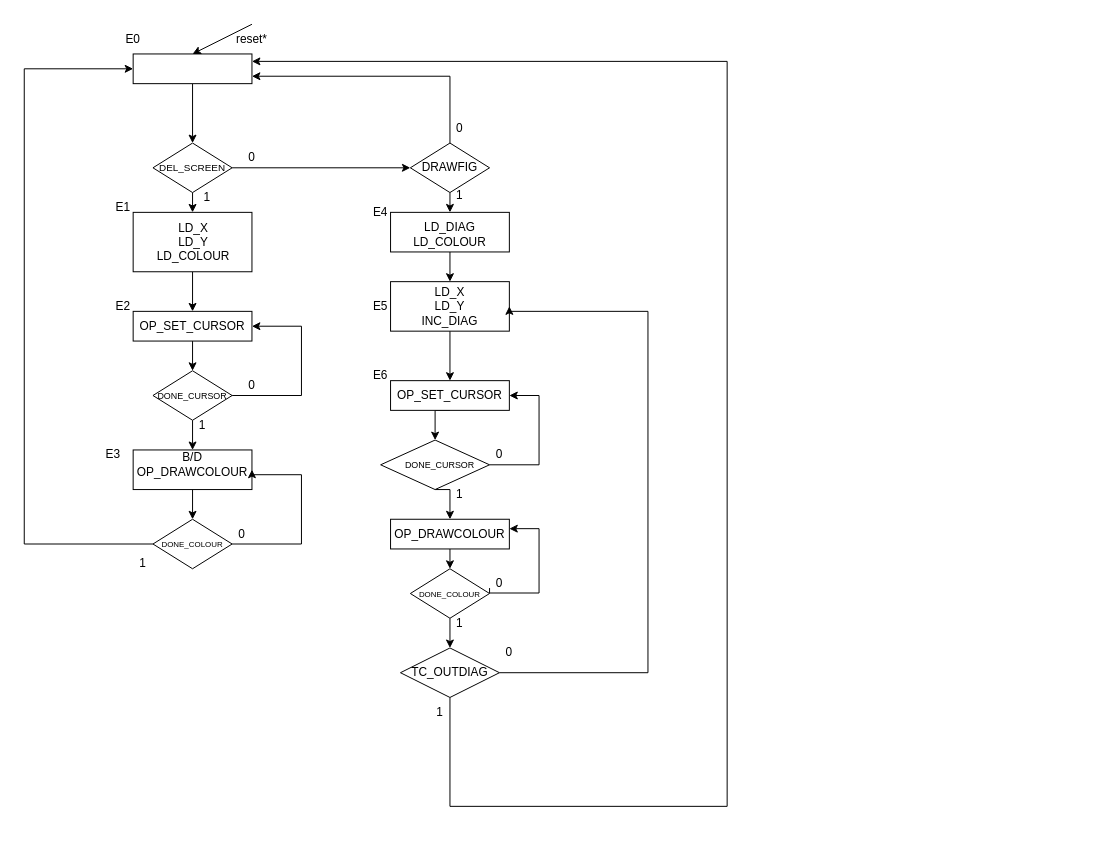
Earlier version of the draw.io diagram Proyecto/Diseños/Lcd_draw_uc.drawio (marcosChoucino/SIstemasDigitales). Source tidied: cells renumbered, new cells numbered last; positions are measured from the earlier drawing's top-left corner, leaving out a move shared by most shapes. Both pictures are drawn from the tidied source at 99%, with x=0, y=0 at pixel (24, 24).
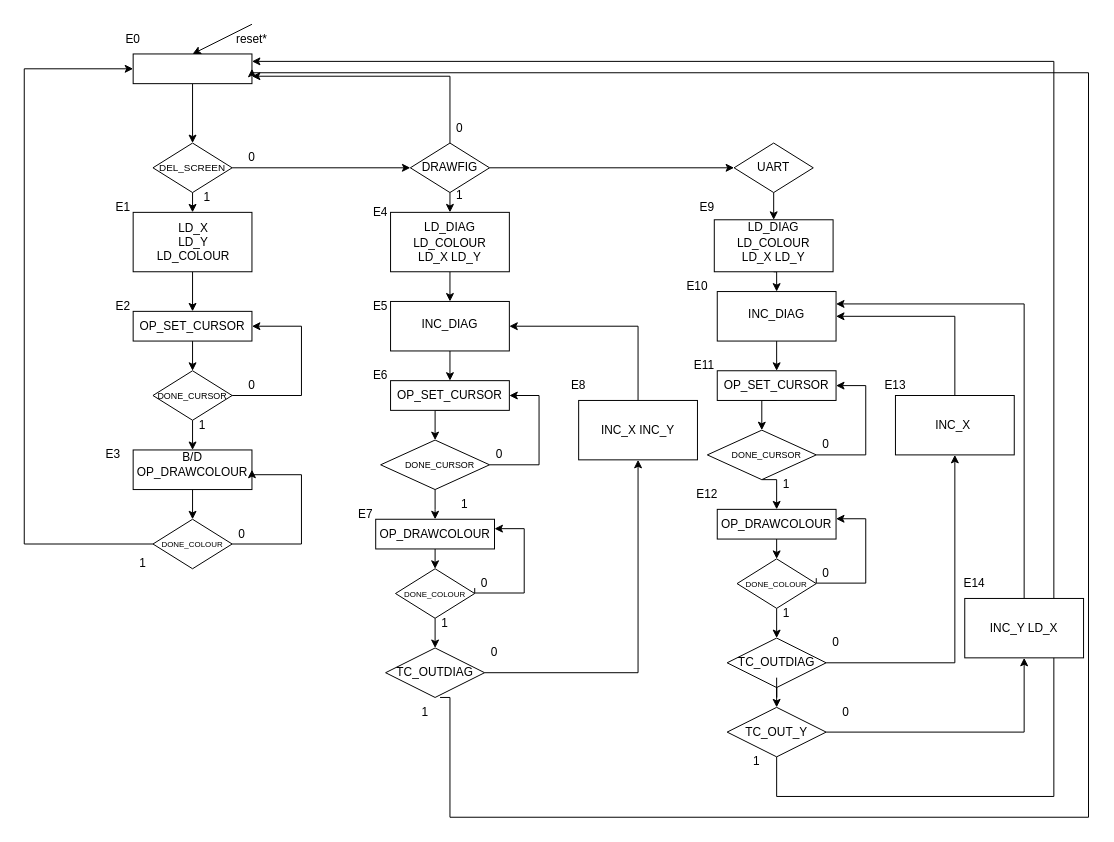
The same diagram, later.

The change refers to these unchanged cells:
```xml
<mxCell id="3" style="rounded=0;whiteSpace=wrap;html=1;" parent="1" vertex="1">
  <mxGeometry x="110" y="30" width="120" height="30" as="geometry" />
</mxCell>
<mxCell id="23" style="rhombus;whiteSpace=wrap;html=1;" parent="1" vertex="1">
  <mxGeometry x="390" y="120" width="80" height="50" as="geometry" />
</mxCell>
<mxCell id="26" style="rhombus;whiteSpace=wrap;html=1;" parent="1" vertex="1">
  <mxGeometry x="360" y="420" width="110" height="50" as="geometry" />
</mxCell>
```

What changed in the source:
```diff
@@
     <mxCell id="7" style="rounded=0;whiteSpace=wrap;html=1;" parent="1" vertex="1">
-      <mxGeometry x="370" y="190" width="120" height="40" as="geometry" />
+      <mxGeometry x="370" y="190" width="120" height="60" as="geometry" />
     </mxCell>
@@
     <mxCell id="9" style="rounded=0;whiteSpace=wrap;html=1;" parent="1" vertex="1">
-      <mxGeometry x="370" y="260" width="120" height="50" as="geometry" />
+      <mxGeometry x="370" y="280" width="120" height="50" as="geometry" />
     </mxCell>
@@
     <mxCell id="17" style="rounded=0;whiteSpace=wrap;html=1;" parent="1" vertex="1">
-      <mxGeometry x="370" y="500" width="120" height="30" as="geometry" />
+      <mxGeometry x="355" y="500" width="120" height="30" as="geometry" />
     </mxCell>
@@
+    <mxCell id="77" style="edgeStyle=orthogonalEdgeStyle;rounded=0;jettySize=auto;html=1;exitX=1;exitY=0.5;exitDx=0;exitDy=0;entryX=0;entryY=0.5;entryDx=0;entryDy=0;" parent="1" edge="1" source="23" target="80">
+      <mxGeometry relative="1" as="geometry" />
+    </mxCell>
@@
-    <mxCell id="24" style="edgeStyle=orthogonalEdgeStyle;rounded=0;jettySize=auto;html=1;exitX=0.5;exitY=1;exitDx=0;exitDy=0;entryX=0.5;entryY=0;entryDx=0;entryDy=0;" parent="1" edge="1" source="26">
+    <mxCell id="24" style="edgeStyle=orthogonalEdgeStyle;rounded=0;jettySize=auto;html=1;exitX=0.5;exitY=1;exitDx=0;exitDy=0;entryX=0.5;entryY=0;entryDx=0;entryDy=0;" parent="1" edge="1" source="26" target="76">
       <mxGeometry relative="1" as="geometry">
-        <mxPoint x="430" y="500" as="targetPoint" />
+        <Array as="points">
+          <mxPoint x="415" y="490" />
+          <mxPoint x="415" y="490" />
+        </Array>
       </mxGeometry>
     </mxCell>
@@
     <mxCell id="34" style="edgeStyle=orthogonalEdgeStyle;rounded=0;orthogonalLoop=1;jettySize=auto;html=1;exitX=1;exitY=0.5;exitDx=0;exitDy=0;entryX=1;entryY=0.5;entryDx=0;entryDy=0;" parent="1" edge="1">
       <mxGeometry relative="1" as="geometry">
-        <mxPoint x="470" y="569.5" as="sourcePoint" />
-        <mxPoint x="490" y="509.5" as="targetPoint" />
+        <mxPoint x="455" y="569.5" as="sourcePoint" />
+        <mxPoint x="475" y="509.5" as="targetPoint" />
         <Array as="points">
-          <mxPoint x="470" y="574.5" />
-          <mxPoint x="520" y="574.5" />
-          <mxPoint x="520" y="509.5" />
+          <mxPoint x="455" y="574.5" />
+          <mxPoint x="505" y="574.5" />
+          <mxPoint x="505" y="509.5" />
         </Array>
       </mxGeometry>
     </mxCell>
     <mxCell id="35" style="rhombus;whiteSpace=wrap;html=1;" parent="1" vertex="1">
-      <mxGeometry x="390" y="550" width="80" height="50" as="geometry" />
+      <mxGeometry x="375" y="550" width="80" height="50" as="geometry" />
     </mxCell>
-    <mxCell id="36" style="edgeStyle=orthogonalEdgeStyle;rounded=0;jettySize=auto;html=1;exitX=1;exitY=0.5;exitDx=0;exitDy=0;entryX=1;entryY=0.5;entryDx=0;entryDy=0;" parent="1" edge="1" source="38" target="9">
-      <mxGeometry relative="1" as="geometry">
-        <Array as="points">
-          <mxPoint x="630" y="655" />
-          <mxPoint x="630" y="290" />
-          <mxPoint x="490" y="290" />
-        </Array>
-      </mxGeometry>
-    </mxCell>
-    <mxCell id="37" style="edgeStyle=orthogonalEdgeStyle;rounded=0;jettySize=auto;html=1;exitX=0.5;exitY=1;exitDx=0;exitDy=0;entryX=1;entryY=0.25;entryDx=0;entryDy=0;" parent="1" edge="1" source="38" target="3">
+    <mxCell id="37" style="edgeStyle=orthogonalEdgeStyle;rounded=0;jettySize=auto;html=1;exitX=0.75;exitY=0;exitDx=0;exitDy=0;entryX=1;entryY=0.5;entryDx=0;entryDy=0;" parent="1" edge="1" source="65" target="3">
       <mxGeometry relative="1" as="geometry">
         <Array as="points">
-          <mxPoint x="430" y="790" />
-          <mxPoint x="710" y="790" />
-          <mxPoint x="710" y="38" />
+          <mxPoint x="430" y="680" />
+          <mxPoint x="430" y="801" />
+          <mxPoint x="1075" y="801" />
+          <mxPoint x="1075" y="49" />
+          <mxPoint x="230" y="49" />
         </Array>
       </mxGeometry>
     </mxCell>
+    <mxCell id="78" style="edgeStyle=orthogonalEdgeStyle;rounded=0;jettySize=auto;html=1;" parent="1" edge="1" source="38" target="85">
+      <mxGeometry relative="1" as="geometry" />
+    </mxCell>
     <mxCell id="38" style="rhombus;whiteSpace=wrap;html=1;" parent="1" vertex="1">
-      <mxGeometry x="380" y="630" width="100" height="50" as="geometry" />
+      <mxGeometry x="365" y="630" width="100" height="50" as="geometry" />
     </mxCell>
@@
-    <mxCell id="50" value="LD_X&lt;br style=&quot;border-color: var(--border-color);&quot;&gt;LD_Y&lt;br&gt;INC_DIAG" style="text;html=1;strokeColor=none;fillColor=none;align=center;verticalAlign=middle;whiteSpace=wrap;rounded=0;" parent="1" vertex="1">
-      <mxGeometry x="400" y="270" width="60" height="30" as="geometry" />
+    <mxCell id="50" value="&lt;br&gt;INC_DIAG" style="text;html=1;strokeColor=none;fillColor=none;align=center;verticalAlign=middle;whiteSpace=wrap;rounded=0;" parent="1" vertex="1">
+      <mxGeometry x="400" y="280" width="60" height="30" as="geometry" />
     </mxCell>
@@
-    <mxCell id="54" value="LD_COLOUR&lt;br&gt;" style="text;html=1;strokeColor=none;fillColor=none;align=center;verticalAlign=middle;whiteSpace=wrap;rounded=0;" parent="1" vertex="1">
-      <mxGeometry x="400" y="205" width="60" height="30" as="geometry" />
+    <mxCell id="54" value="LD_COLOUR&lt;br&gt;&lt;div&gt;LD_X&amp;nbsp;&lt;span style=&quot;background-color: initial;&quot;&gt;LD_Y&lt;/span&gt;&lt;/div&gt;" style="text;html=1;strokeColor=none;fillColor=none;align=center;verticalAlign=middle;whiteSpace=wrap;rounded=0;" parent="1" vertex="1">
+      <mxGeometry x="400" y="212.5" width="60" height="30" as="geometry" />
     </mxCell>
@@
     <mxCell id="56" value="&lt;font style=&quot;font-size: 8px;&quot;&gt;DONE_COLOUR&lt;/font&gt;" style="text;html=1;strokeColor=none;fillColor=none;align=center;verticalAlign=middle;whiteSpace=wrap;rounded=0;" parent="1" vertex="1">
-      <mxGeometry x="400" y="560" width="60" height="30" as="geometry" />
+      <mxGeometry x="385" y="560" width="60" height="30" as="geometry" />
     </mxCell>
     <mxCell id="57" value="TC_OUTDIAG" style="text;html=1;strokeColor=none;fillColor=none;align=center;verticalAlign=middle;whiteSpace=wrap;rounded=0;" parent="1" vertex="1">
-      <mxGeometry x="400" y="640" width="60" height="30" as="geometry" />
+      <mxGeometry x="385" y="640" width="60" height="30" as="geometry" />
     </mxCell>
@@
     <mxCell id="63" value="0" style="text;html=1;strokeColor=none;fillColor=none;align=center;verticalAlign=middle;whiteSpace=wrap;rounded=0;" parent="1" vertex="1">
-      <mxGeometry x="450" y="550" width="60" height="30" as="geometry" />
+      <mxGeometry x="435" y="550" width="60" height="30" as="geometry" />
     </mxCell>
     <mxCell id="64" value="0" style="text;html=1;strokeColor=none;fillColor=none;align=center;verticalAlign=middle;whiteSpace=wrap;rounded=0;" parent="1" vertex="1">
-      <mxGeometry x="460" y="620" width="60" height="30" as="geometry" />
+      <mxGeometry x="445" y="620" width="60" height="30" as="geometry" />
     </mxCell>
     <mxCell id="65" value="1" style="text;html=1;strokeColor=none;fillColor=none;align=center;verticalAlign=middle;whiteSpace=wrap;rounded=0;" parent="1" vertex="1">
-      <mxGeometry x="390" y="680" width="60" height="30" as="geometry" />
+      <mxGeometry x="375" y="680" width="60" height="30" as="geometry" />
     </mxCell>
     <mxCell id="66" value="1" style="text;html=1;strokeColor=none;fillColor=none;align=center;verticalAlign=middle;whiteSpace=wrap;rounded=0;" parent="1" vertex="1">
-      <mxGeometry x="410" y="590" width="60" height="30" as="geometry" />
+      <mxGeometry x="395" y="590" width="60" height="30" as="geometry" />
     </mxCell>
     <mxCell id="67" value="1" style="text;html=1;strokeColor=none;fillColor=none;align=center;verticalAlign=middle;whiteSpace=wrap;rounded=0;" parent="1" vertex="1">
-      <mxGeometry x="410" y="460" width="60" height="30" as="geometry" />
+      <mxGeometry x="415" y="470" width="60" height="30" as="geometry" />
     </mxCell>
@@
     <mxCell id="76" value="OP_DRAWCOLOUR" style="text;html=1;strokeColor=none;fillColor=none;align=center;verticalAlign=middle;whiteSpace=wrap;rounded=0;" parent="1" vertex="1">
-      <mxGeometry x="400" y="500" width="60" height="30" as="geometry" />
+      <mxGeometry x="385" y="500" width="60" height="30" as="geometry" />
     </mxCell>
+    <mxCell id="79" style="edgeStyle=orthogonalEdgeStyle;rounded=0;jettySize=auto;html=1;exitX=0.5;exitY=1;exitDx=0;exitDy=0;entryX=0.5;entryY=0;entryDx=0;entryDy=0;" parent="1" edge="1" source="80" target="83">
+      <mxGeometry relative="1" as="geometry" />
+    </mxCell>
+    <mxCell id="80" style="rhombus;whiteSpace=wrap;html=1;" parent="1" vertex="1">
+      <mxGeometry x="717" y="120" width="80" height="50" as="geometry" />
+    </mxCell>
+    <mxCell id="81" value="UART" style="text;html=1;strokeColor=none;fillColor=none;align=center;verticalAlign=middle;whiteSpace=wrap;rounded=0;" parent="1" vertex="1">
+      <mxGeometry x="727" y="130" width="60" height="30" as="geometry" />
+    </mxCell>
+    <mxCell id="82" style="edgeStyle=orthogonalEdgeStyle;rounded=0;jettySize=auto;html=1;exitX=0.5;exitY=1;exitDx=0;exitDy=0;entryX=0.5;entryY=0;entryDx=0;entryDy=0;" parent="1" edge="1" source="83" target="102">
+      <mxGeometry relative="1" as="geometry" />
+    </mxCell>
+    <mxCell id="83" style="rounded=0;whiteSpace=wrap;html=1;" parent="1" vertex="1">
+      <mxGeometry x="697" y="197.5" width="120" height="52.5" as="geometry" />
+    </mxCell>
+    <mxCell id="84" style="edgeStyle=orthogonalEdgeStyle;rounded=0;jettySize=auto;html=1;exitX=0.5;exitY=0;exitDx=0;exitDy=0;entryX=1;entryY=0.5;entryDx=0;entryDy=0;" parent="1" edge="1" source="85" target="9">
+      <mxGeometry relative="1" as="geometry" />
+    </mxCell>
+    <mxCell id="85" value="INC_X INC_Y" style="whiteSpace=wrap;html=1;" parent="1" vertex="1">
+      <mxGeometry x="560" y="380" width="120" height="60" as="geometry" />
+    </mxCell>
+    <mxCell id="86" value="LD_DIAG" style="text;html=1;strokeColor=none;fillColor=none;align=center;verticalAlign=middle;whiteSpace=wrap;rounded=0;" parent="1" vertex="1">
+      <mxGeometry x="727" y="197.5" width="60" height="15" as="geometry" />
+    </mxCell>
+    <mxCell id="87" value="LD_COLOUR&lt;br&gt;&lt;div&gt;LD_X&amp;nbsp;&lt;span style=&quot;background-color: initial;&quot;&gt;LD_Y&lt;/span&gt;&lt;/div&gt;" style="text;html=1;strokeColor=none;fillColor=none;align=center;verticalAlign=middle;whiteSpace=wrap;rounded=0;" parent="1" vertex="1">
+      <mxGeometry x="727" y="212.5" width="60" height="30" as="geometry" />
+    </mxCell>
+    <mxCell id="88" style="edgeStyle=orthogonalEdgeStyle;rounded=0;jettySize=auto;html=1;exitX=0.5;exitY=1;exitDx=0;exitDy=0;entryX=0.5;entryY=0;entryDx=0;entryDy=0;" parent="1" edge="1" source="89" target="91">
+      <mxGeometry relative="1" as="geometry" />
+    </mxCell>
+    <mxCell id="89" style="rounded=0;whiteSpace=wrap;html=1;" parent="1" vertex="1">
+      <mxGeometry x="700" y="270" width="120" height="50" as="geometry" />
+    </mxCell>
+    <mxCell id="90" style="edgeStyle=orthogonalEdgeStyle;rounded=0;jettySize=auto;html=1;exitX=0.5;exitY=1;exitDx=0;exitDy=0;entryX=0.5;entryY=0;entryDx=0;entryDy=0;" parent="1" edge="1" source="91" target="96">
+      <mxGeometry relative="1" as="geometry" />
+    </mxCell>
+    <mxCell id="91" style="rounded=0;whiteSpace=wrap;html=1;" parent="1" vertex="1">
+      <mxGeometry x="700" y="350" width="120" height="30" as="geometry" />
+    </mxCell>
+    <mxCell id="92" style="edgeStyle=orthogonalEdgeStyle;rounded=0;jettySize=auto;html=1;exitX=0.5;exitY=1;exitDx=0;exitDy=0;entryX=0.5;entryY=0;entryDx=0;entryDy=0;" parent="1" edge="1" source="93" target="99">
+      <mxGeometry relative="1" as="geometry" />
+    </mxCell>
+    <mxCell id="93" style="rounded=0;whiteSpace=wrap;html=1;" parent="1" vertex="1">
+      <mxGeometry x="700" y="490" width="120" height="30" as="geometry" />
+    </mxCell>
+    <mxCell id="94" style="edgeStyle=orthogonalEdgeStyle;rounded=0;jettySize=auto;html=1;exitX=0.5;exitY=1;exitDx=0;exitDy=0;entryX=0.5;entryY=0;entryDx=0;entryDy=0;" parent="1" edge="1" source="96">
+      <mxGeometry relative="1" as="geometry">
+        <mxPoint x="760" y="490" as="targetPoint" />
+      </mxGeometry>
+    </mxCell>
+    <mxCell id="95" style="edgeStyle=orthogonalEdgeStyle;rounded=0;jettySize=auto;html=1;exitX=1;exitY=0.5;exitDx=0;exitDy=0;entryX=1;entryY=0.5;entryDx=0;entryDy=0;" parent="1" edge="1" source="96" target="91">
+      <mxGeometry relative="1" as="geometry">
+        <Array as="points">
+          <mxPoint x="850" y="435" />
+          <mxPoint x="850" y="365" />
+        </Array>
+      </mxGeometry>
+    </mxCell>
+    <mxCell id="96" style="rhombus;whiteSpace=wrap;html=1;" parent="1" vertex="1">
+      <mxGeometry x="690" y="410" width="110" height="50" as="geometry" />
+    </mxCell>
+    <mxCell id="97" style="edgeStyle=orthogonalEdgeStyle;rounded=0;jettySize=auto;html=1;exitX=0.5;exitY=1;exitDx=0;exitDy=0;entryX=0.5;entryY=0;entryDx=0;entryDy=0;" parent="1" edge="1" source="99" target="101">
+      <mxGeometry relative="1" as="geometry" />
+    </mxCell>
+    <mxCell id="98" style="edgeStyle=orthogonalEdgeStyle;rounded=0;orthogonalLoop=1;jettySize=auto;html=1;exitX=1;exitY=0.5;exitDx=0;exitDy=0;entryX=1;entryY=0.5;entryDx=0;entryDy=0;" parent="1" edge="1">
+      <mxGeometry relative="1" as="geometry">
+        <mxPoint x="800" y="559.5" as="sourcePoint" />
+        <mxPoint x="820" y="499.5" as="targetPoint" />
+        <Array as="points">
+          <mxPoint x="800" y="564.5" />
+          <mxPoint x="850" y="564.5" />
+          <mxPoint x="850" y="499.5" />
+        </Array>
+      </mxGeometry>
+    </mxCell>
+    <mxCell id="99" style="rhombus;whiteSpace=wrap;html=1;" parent="1" vertex="1">
+      <mxGeometry x="720" y="540" width="80" height="50" as="geometry" />
+    </mxCell>
+    <mxCell id="100" style="edgeStyle=orthogonalEdgeStyle;rounded=0;jettySize=auto;html=1;" parent="1" edge="1" source="101" target="115">
+      <mxGeometry relative="1" as="geometry" />
+    </mxCell>
+    <mxCell id="101" style="rhombus;whiteSpace=wrap;html=1;" parent="1" vertex="1">
+      <mxGeometry x="710" y="620" width="100" height="50" as="geometry" />
+    </mxCell>
+    <mxCell id="102" value="&lt;br&gt;INC_DIAG" style="text;html=1;strokeColor=none;fillColor=none;align=center;verticalAlign=middle;whiteSpace=wrap;rounded=0;" parent="1" vertex="1">
+      <mxGeometry x="730" y="270" width="60" height="30" as="geometry" />
+    </mxCell>
+    <mxCell id="103" value="&lt;font style=&quot;font-size: 9px;&quot;&gt;DONE_CURSOR&lt;/font&gt;" style="text;html=1;strokeColor=none;fillColor=none;align=center;verticalAlign=middle;whiteSpace=wrap;rounded=0;" parent="1" vertex="1">
+      <mxGeometry x="720" y="420" width="60" height="30" as="geometry" />
+    </mxCell>
+    <mxCell id="104" value="&lt;font style=&quot;font-size: 8px;&quot;&gt;DONE_COLOUR&lt;/font&gt;" style="text;html=1;strokeColor=none;fillColor=none;align=center;verticalAlign=middle;whiteSpace=wrap;rounded=0;" parent="1" vertex="1">
+      <mxGeometry x="730" y="550" width="60" height="30" as="geometry" />
+    </mxCell>
+    <mxCell id="105" style="edgeStyle=orthogonalEdgeStyle;rounded=0;jettySize=auto;html=1;" parent="1" edge="1" source="106" target="118">
+      <mxGeometry relative="1" as="geometry" />
+    </mxCell>
+    <mxCell id="106" value="TC_OUTDIAG" style="text;html=1;strokeColor=none;fillColor=none;align=center;verticalAlign=middle;whiteSpace=wrap;rounded=0;" parent="1" vertex="1">
+      <mxGeometry x="730" y="630" width="60" height="30" as="geometry" />
+    </mxCell>
+    <mxCell id="107" value="0" style="text;html=1;strokeColor=none;fillColor=none;align=center;verticalAlign=middle;whiteSpace=wrap;rounded=0;" parent="1" vertex="1">
+      <mxGeometry x="780" y="410" width="60" height="30" as="geometry" />
+    </mxCell>
+    <mxCell id="108" value="0" style="text;html=1;strokeColor=none;fillColor=none;align=center;verticalAlign=middle;whiteSpace=wrap;rounded=0;" parent="1" vertex="1">
+      <mxGeometry x="780" y="540" width="60" height="30" as="geometry" />
+    </mxCell>
+    <mxCell id="109" value="0" style="text;html=1;strokeColor=none;fillColor=none;align=center;verticalAlign=middle;whiteSpace=wrap;rounded=0;" parent="1" vertex="1">
+      <mxGeometry x="790" y="610" width="60" height="30" as="geometry" />
+    </mxCell>
+    <mxCell id="110" value="1" style="text;html=1;strokeColor=none;fillColor=none;align=center;verticalAlign=middle;whiteSpace=wrap;rounded=0;" parent="1" vertex="1">
+      <mxGeometry x="740" y="580" width="60" height="30" as="geometry" />
+    </mxCell>
+    <mxCell id="111" value="1" style="text;html=1;strokeColor=none;fillColor=none;align=center;verticalAlign=middle;whiteSpace=wrap;rounded=0;" parent="1" vertex="1">
+      <mxGeometry x="740" y="450" width="60" height="30" as="geometry" />
+    </mxCell>
+    <mxCell id="112" value="OP_SET_CURSOR" style="text;html=1;strokeColor=none;fillColor=none;align=center;verticalAlign=middle;whiteSpace=wrap;rounded=0;" parent="1" vertex="1">
+      <mxGeometry x="730" y="350" width="60" height="30" as="geometry" />
+    </mxCell>
+    <mxCell id="113" value="OP_DRAWCOLOUR" style="text;html=1;strokeColor=none;fillColor=none;align=center;verticalAlign=middle;whiteSpace=wrap;rounded=0;" parent="1" vertex="1">
+      <mxGeometry x="730" y="490" width="60" height="30" as="geometry" />
+    </mxCell>
+    <mxCell id="114" style="edgeStyle=orthogonalEdgeStyle;rounded=0;jettySize=auto;html=1;exitX=0.5;exitY=0;exitDx=0;exitDy=0;entryX=1;entryY=0.5;entryDx=0;entryDy=0;" parent="1" edge="1" source="115" target="89">
+      <mxGeometry relative="1" as="geometry" />
+    </mxCell>
+    <mxCell id="115" value="INC_X&amp;nbsp;" style="whiteSpace=wrap;html=1;" parent="1" vertex="1">
+      <mxGeometry x="880" y="375" width="120" height="60" as="geometry" />
+    </mxCell>
+    <mxCell id="116" style="edgeStyle=orthogonalEdgeStyle;rounded=0;jettySize=auto;html=1;exitX=0.5;exitY=1;exitDx=0;exitDy=0;entryX=1;entryY=0.25;entryDx=0;entryDy=0;" parent="1" edge="1" source="118" target="3">
+      <mxGeometry relative="1" as="geometry">
+        <Array as="points">
+          <mxPoint x="760" y="780" />
+          <mxPoint x="1040" y="780" />
+          <mxPoint x="1040" y="38" />
+        </Array>
+      </mxGeometry>
+    </mxCell>
+    <mxCell id="117" style="edgeStyle=orthogonalEdgeStyle;rounded=0;jettySize=auto;html=1;" parent="1" edge="1" source="118" target="120">
+      <mxGeometry relative="1" as="geometry" />
+    </mxCell>
+    <mxCell id="118" value="TC_OUT_Y" style="rhombus;whiteSpace=wrap;html=1;" parent="1" vertex="1">
+      <mxGeometry x="710" y="690" width="100" height="50" as="geometry" />
+    </mxCell>
+    <mxCell id="119" style="edgeStyle=orthogonalEdgeStyle;rounded=0;jettySize=auto;html=1;exitX=0.5;exitY=0;exitDx=0;exitDy=0;entryX=1;entryY=0.25;entryDx=0;entryDy=0;" parent="1" edge="1" source="120" target="89">
+      <mxGeometry relative="1" as="geometry">
+        <Array as="points">
+          <mxPoint x="1010" y="580" />
+          <mxPoint x="1010" y="283" />
+        </Array>
+      </mxGeometry>
+    </mxCell>
+    <mxCell id="120" value="INC_Y LD_X" style="whiteSpace=wrap;html=1;" parent="1" vertex="1">
+      <mxGeometry x="950" y="580" width="120" height="60" as="geometry" />
+    </mxCell>
+    <mxCell id="121" value="1" style="text;html=1;strokeColor=none;fillColor=none;align=center;verticalAlign=middle;whiteSpace=wrap;rounded=0;" parent="1" vertex="1">
+      <mxGeometry x="710" y="730" width="60" height="30" as="geometry" />
+    </mxCell>
+    <mxCell id="122" value="0" style="text;html=1;strokeColor=none;fillColor=none;align=center;verticalAlign=middle;whiteSpace=wrap;rounded=0;" parent="1" vertex="1">
+      <mxGeometry x="800" y="680" width="60" height="30" as="geometry" />
+    </mxCell>
+    <mxCell id="123" value="E7" style="text;html=1;strokeColor=none;fillColor=none;align=center;verticalAlign=middle;whiteSpace=wrap;rounded=0;" parent="1" vertex="1">
+      <mxGeometry x="315" y="480" width="60" height="30" as="geometry" />
+    </mxCell>
+    <mxCell id="124" value="E8" style="text;html=1;strokeColor=none;fillColor=none;align=center;verticalAlign=middle;whiteSpace=wrap;rounded=0;" parent="1" vertex="1">
+      <mxGeometry x="530" y="350" width="60" height="30" as="geometry" />
+    </mxCell>
+    <mxCell id="125" value="E9" style="text;html=1;strokeColor=none;fillColor=none;align=center;verticalAlign=middle;whiteSpace=wrap;rounded=0;" parent="1" vertex="1">
+      <mxGeometry x="660" y="170" width="60" height="30" as="geometry" />
+    </mxCell>
+    <mxCell id="126" value="E10" style="text;html=1;strokeColor=none;fillColor=none;align=center;verticalAlign=middle;whiteSpace=wrap;rounded=0;" parent="1" vertex="1">
+      <mxGeometry x="650" y="250" width="60" height="30" as="geometry" />
+    </mxCell>
+    <mxCell id="127" value="E11" style="text;html=1;strokeColor=none;fillColor=none;align=center;verticalAlign=middle;whiteSpace=wrap;rounded=0;" parent="1" vertex="1">
+      <mxGeometry x="657" y="330" width="60" height="30" as="geometry" />
+    </mxCell>
+    <mxCell id="128" value="E12" style="text;html=1;strokeColor=none;fillColor=none;align=center;verticalAlign=middle;whiteSpace=wrap;rounded=0;" parent="1" vertex="1">
+      <mxGeometry x="660" y="460" width="60" height="30" as="geometry" />
+    </mxCell>
+    <mxCell id="129" value="E13" style="text;html=1;strokeColor=none;fillColor=none;align=center;verticalAlign=middle;whiteSpace=wrap;rounded=0;" parent="1" vertex="1">
+      <mxGeometry x="850" y="350" width="60" height="30" as="geometry" />
+    </mxCell>
+    <mxCell id="130" value="E14" style="text;html=1;strokeColor=none;fillColor=none;align=center;verticalAlign=middle;whiteSpace=wrap;rounded=0;" parent="1" vertex="1">
+      <mxGeometry x="930" y="550" width="60" height="30" as="geometry" />
+    </mxCell>
```
